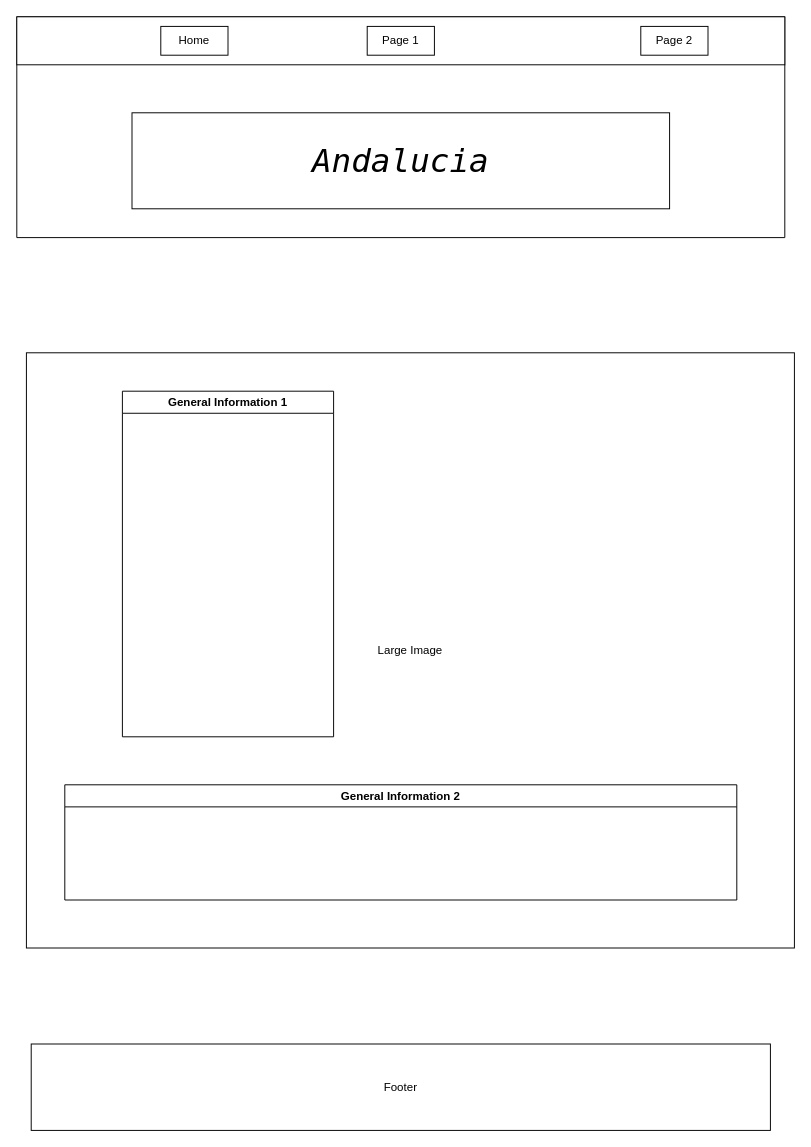
The draw.io diagram Large view wireframe.drawio in vbarindelli/wdd131, before the edit. Source tidied: cells renumbered, new cells numbered last; positions are measured from the earlier drawing's top-left corner, leaving out a move shared by most shapes. Both pictures are drawn from the tidied source at 96%, with x=0, y=0 at pixel (16, 16).
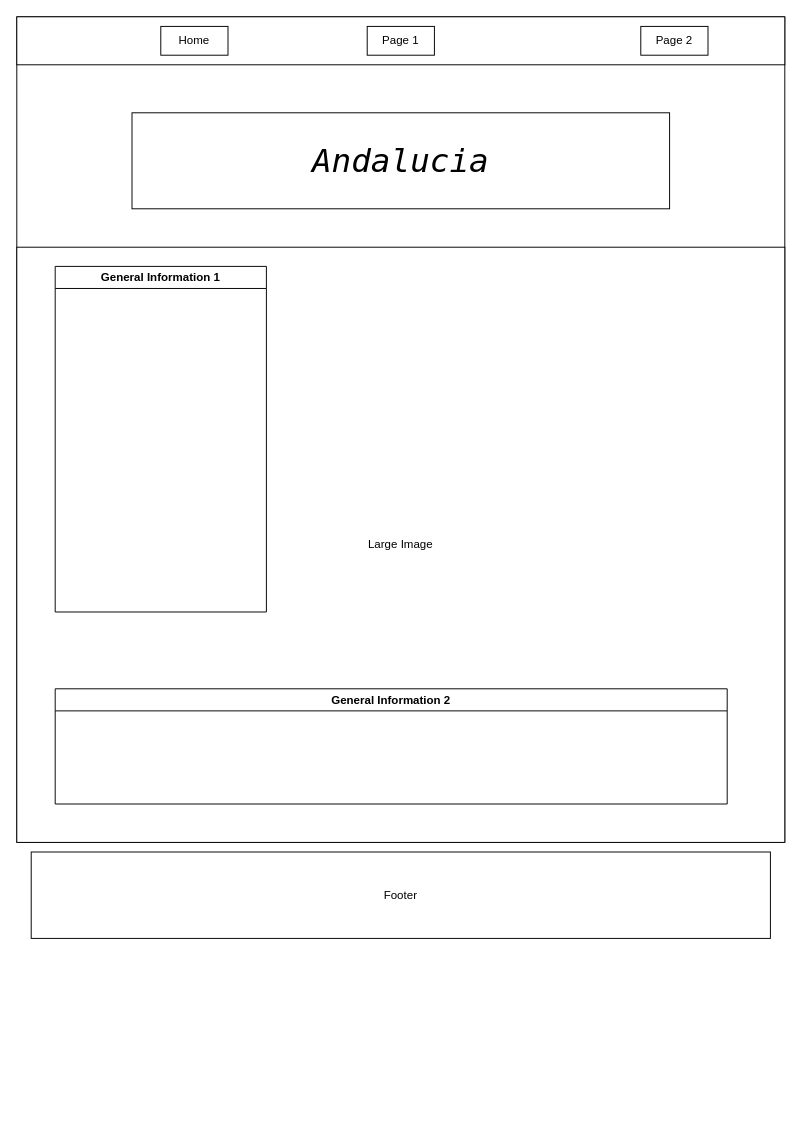
The same page after the edit.

Change to the diagram source:
```diff
@@
 <mxGraphModel>
   <root>
     <mxCell id="0" />
     <mxCell id="1" parent="0" />
     <mxCell id="2" style="swimlane;startSize=0;" parent="1" vertex="1">
-      <mxGeometry width="800" height="230" as="geometry" />
+      <mxGeometry width="800" height="860" as="geometry" />
     </mxCell>
     <mxCell id="3" value="&lt;font face=&quot;Lucida Console&quot; style=&quot;font-size: 34px;&quot;&gt;&lt;i&gt;Andalucia&lt;/i&gt;&lt;/font&gt;" style="rounded=0;whiteSpace=wrap;html=1;" parent="2" vertex="1">
       <mxGeometry x="120" y="100" width="560" height="100" as="geometry" />
     </mxCell>
     <mxCell id="4" style="rounded=0;whiteSpace=wrap;html=1;" parent="2" vertex="1">
       <mxGeometry width="800" height="50" as="geometry" />
     </mxCell>
     <mxCell id="5" value="Home" style="rounded=0;whiteSpace=wrap;html=1;" parent="2" vertex="1">
       <mxGeometry x="150" y="10" width="70" height="30" as="geometry" />
     </mxCell>
     <mxCell id="6" value="Page 1" style="rounded=0;whiteSpace=wrap;html=1;" parent="2" vertex="1">
       <mxGeometry x="365" y="10" width="70" height="30" as="geometry" />
     </mxCell>
     <mxCell id="7" value="Page 2" style="rounded=0;whiteSpace=wrap;html=1;" parent="2" vertex="1">
       <mxGeometry x="650" y="10" width="70" height="30" as="geometry" />
     </mxCell>
-    <mxCell id="8" value="Footer" style="rounded=0;whiteSpace=wrap;html=1;" parent="1" vertex="1">
-      <mxGeometry x="15" y="1070" width="770" height="90" as="geometry" />
-    </mxCell>
-    <mxCell id="9" value="Large Image" style="rounded=0;whiteSpace=wrap;html=1;" parent="1" vertex="1">
-      <mxGeometry x="10" y="350" width="800" height="620" as="geometry" />
+    <mxCell id="9" value="Large Image" style="rounded=0;whiteSpace=wrap;html=1;" parent="2" vertex="1">
+      <mxGeometry y="240" width="800" height="620" as="geometry" />
     </mxCell>
-    <mxCell id="10" value="General Information 1" style="swimlane;whiteSpace=wrap;html=1;" parent="1" vertex="1">
-      <mxGeometry x="110" y="390" width="220" height="360" as="geometry" />
+    <mxCell id="10" value="General Information 1" style="swimlane;whiteSpace=wrap;html=1;" parent="2" vertex="1">
+      <mxGeometry x="40" y="260" width="220" height="360" as="geometry" />
     </mxCell>
-    <mxCell id="11" value="General Information 2" style="swimlane;whiteSpace=wrap;html=1;" parent="1" vertex="1">
-      <mxGeometry x="50" y="800" width="700" height="120" as="geometry" />
+    <mxCell id="11" value="General Information 2" style="swimlane;whiteSpace=wrap;html=1;" parent="2" vertex="1">
+      <mxGeometry x="40" y="700" width="700" height="120" as="geometry" />
     </mxCell>
+    <mxCell id="8" value="Footer" style="rounded=0;whiteSpace=wrap;html=1;" parent="1" vertex="1">
+      <mxGeometry x="15" y="870" width="770" height="90" as="geometry" />
+    </mxCell>
   </root>
 </mxGraphModel>
```
